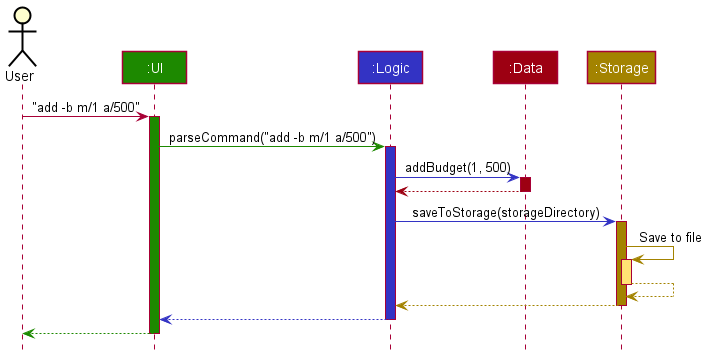
Before: docs/images/ArchitectureSequenceDiagram.png, a diagram exported from PlantUML (nus-cs2113-AY2122S1/tp). Its diagram source:
```plantuml
@startuml
!include style.puml


Actor User as user
Participant ":UI" as ui UI_COLOR
Participant ":Logic" as logic LOGIC_COLOR
Participant ":Data" as data DATA_COLOR
Participant ":Storage" as storage STORAGE_COLOR

user -> ui : "add -b m/1 a/500"
activate ui UI_COLOR

ui -[UI_COLOR]> logic : parseCommand("add -b m/1 a/500")
activate logic LOGIC_COLOR

logic -[LOGIC_COLOR]> data : addBudget(1, 500)
activate data DATA_COLOR

data -[DATA_COLOR]-> logic
deactivate data

logic -[LOGIC_COLOR]> storage : saveToStorage(storageDirectory)
activate storage STORAGE_COLOR

storage -[STORAGE_COLOR]> storage : Save to file
activate storage STORAGE_COLOR_T1
storage --[STORAGE_COLOR]> storage
deactivate storage

storage --[STORAGE_COLOR]> logic
deactivate storage

logic --[LOGIC_COLOR]> ui
deactivate logic

ui--[UI_COLOR]> user
deactivate ui
@enduml
```
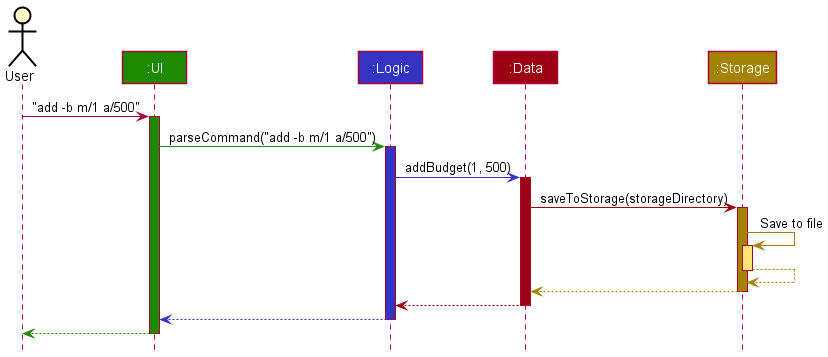
After the change.

Change to the diagram source:
```diff
@@ -17,10 +17,7 @@
 logic -[LOGIC_COLOR]> data : addBudget(1, 500)
 activate data DATA_COLOR
 
-data -[DATA_COLOR]-> logic
-deactivate data
-
-logic -[LOGIC_COLOR]> storage : saveToStorage(storageDirectory)
+data -[DATA_COLOR]> storage : saveToStorage(storageDirectory)
 activate storage STORAGE_COLOR
 
 storage -[STORAGE_COLOR]> storage : Save to file
@@ -28,8 +25,12 @@
 storage --[STORAGE_COLOR]> storage
 deactivate storage
 
-storage --[STORAGE_COLOR]> logic
+storage --[STORAGE_COLOR]> data
 deactivate storage
+
+
+data -[DATA_COLOR]-> logic
+deactivate data
 
 logic --[LOGIC_COLOR]> ui
 deactivate logic
```
